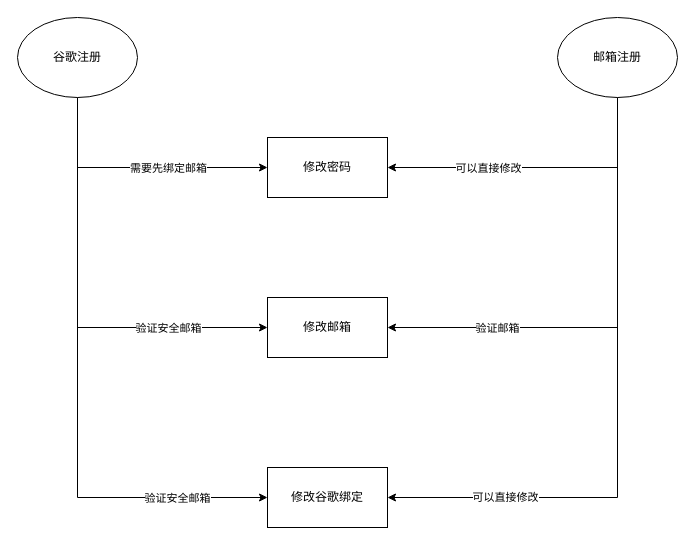
This is folder/未命名绘图.drawio from kazura233/draw, a draw.io file, before an edit. Source tidied: cells renumbered, new cells numbered last; positions are measured from the earlier drawing's top-left corner, leaving out a move shared by most shapes. Both pictures are drawn from the tidied source at 100%, with x=0, y=0 at pixel (17, 17).
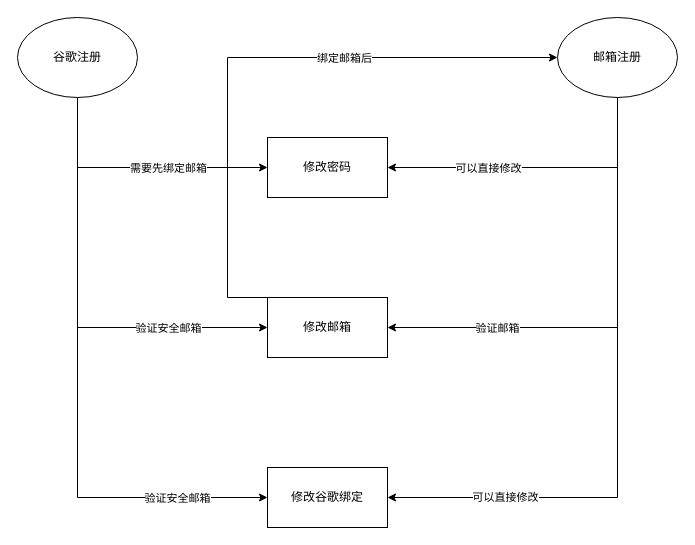
Above is the later version.

Commit message (it also covers changes not shown here):
更新未命名绘图.drawio

The change refers to these unchanged cells:
```xml
<mxCell id="15" value="邮箱注册" style="ellipse;whiteSpace=wrap;html=1;" parent="1" vertex="1">
  <mxGeometry x="540" width="120" height="80" as="geometry" />
</mxCell>
<mxCell id="17" value="修改邮箱" style="rounded=0;whiteSpace=wrap;html=1;" parent="1" vertex="1">
  <mxGeometry x="250" y="280" width="120" height="60" as="geometry" />
</mxCell>
```

Change to the diagram source:
```diff
@@
+    <mxCell id="19" style="edgeStyle=orthogonalEdgeStyle;rounded=0;jettySize=auto;html=1;exitX=0.5;exitY=0;exitDx=0;exitDy=0;entryX=0;entryY=0.5;entryDx=0;entryDy=0;" parent="1" edge="1" source="17" target="15">
+      <mxGeometry relative="1" as="geometry">
+        <Array as="points">
+          <mxPoint x="210" y="280" />
+          <mxPoint x="210" y="40" />
+        </Array>
+      </mxGeometry>
+    </mxCell>
+    <mxCell id="20" value="绑定邮箱后" style="edgeLabel;html=1;align=center;verticalAlign=middle;" parent="19" vertex="1">
+      <mxGeometry x="0.36" relative="1" as="geometry" />
+    </mxCell>
```
